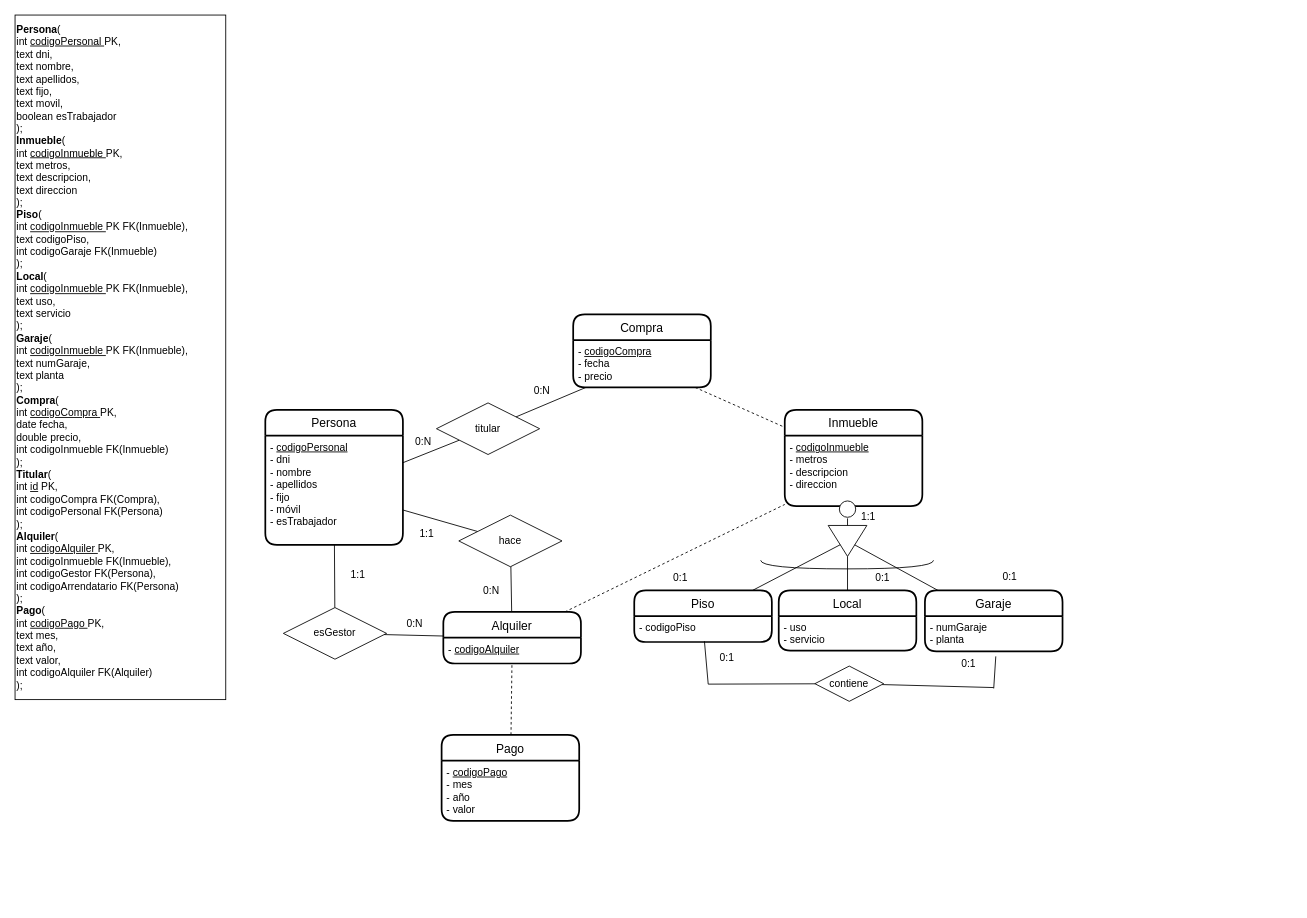
This is ex18.drawio from JuanMarinG/TA12_MYSQL, a draw.io file, before an edit. Source tidied: cells renumbered, new cells numbered last; positions are measured from the earlier drawing's top-left corner, leaving out a move shared by most shapes. Both pictures are drawn from the tidied source at 86%, with x=0, y=0 at pixel (15, 15).
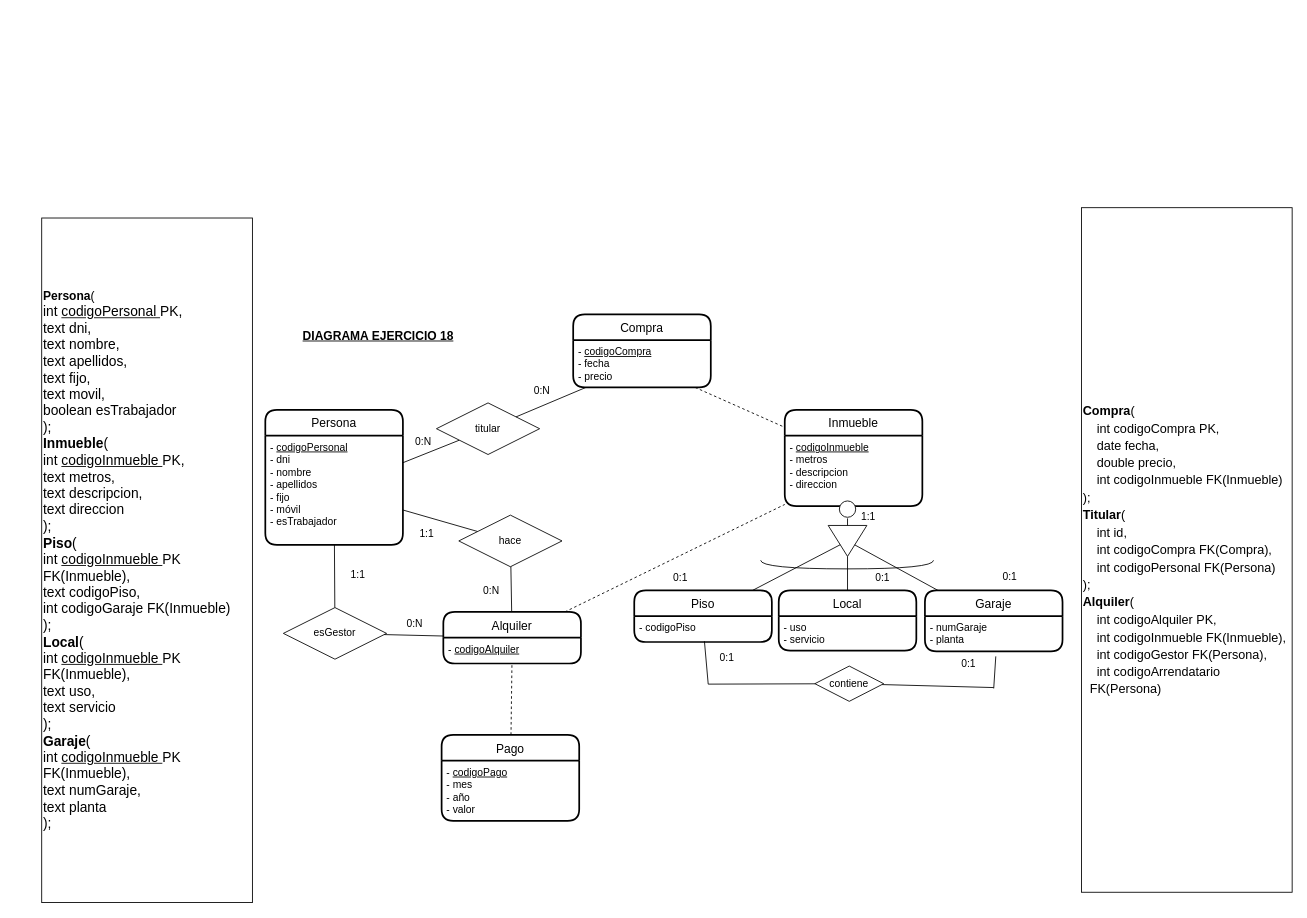
After the change.

What changed in the source:
```diff
@@
-    <mxCell id="57" value="&lt;div&gt;&lt;b&gt;Persona&lt;/b&gt;(&lt;/div&gt;&lt;div&gt;&lt;span style=&quot;&quot;&gt; &lt;/span&gt;int &lt;u&gt;codigoPersonal &lt;/u&gt;PK,&amp;nbsp;&lt;/div&gt;&lt;div&gt;&lt;span style=&quot;&quot;&gt; &lt;/span&gt;text dni,&lt;/div&gt;&lt;div&gt;&lt;span style=&quot;&quot;&gt; &lt;/span&gt;text nombre,&lt;/div&gt;&lt;div&gt;&lt;span style=&quot;&quot;&gt; &lt;/span&gt;text apellidos,&lt;/div&gt;&lt;div&gt;&lt;span style=&quot;&quot;&gt; &lt;/span&gt;text fijo,&lt;/div&gt;&lt;div&gt;&lt;span style=&quot;&quot;&gt; &lt;/span&gt;text movil,&lt;/div&gt;&lt;div&gt;&lt;span style=&quot;&quot;&gt; &lt;/span&gt;boolean esTrabajador&lt;/div&gt;&lt;div&gt;);&lt;/div&gt;&lt;div&gt;&lt;b&gt;Inmueble&lt;/b&gt;(&lt;/div&gt;&lt;div&gt;&lt;span style=&quot;&quot;&gt; &lt;/span&gt;int &lt;u&gt;codigoInmueble &lt;/u&gt;PK,&lt;/div&gt;&lt;div&gt;&lt;span style=&quot;&quot;&gt; &lt;/span&gt;text metros,&lt;/div&gt;&lt;div&gt;&lt;span style=&quot;&quot;&gt; &lt;/span&gt;text descripcion,&lt;/div&gt;&lt;div&gt;&lt;span style=&quot;&quot;&gt; &lt;/span&gt;text direccion&lt;/div&gt;&lt;div&gt;);&lt;/div&gt;&lt;div&gt;&lt;b&gt;Piso&lt;/b&gt;(&lt;/div&gt;&lt;div&gt;&lt;span style=&quot;&quot;&gt; &lt;/span&gt;int &lt;u&gt;codigoInmueble &lt;/u&gt;PK FK(Inmueble),&lt;/div&gt;&lt;div&gt;&lt;span style=&quot;&quot;&gt; &lt;/span&gt;text codigoPiso,&lt;/div&gt;&lt;div&gt;&lt;span style=&quot;&quot;&gt; &lt;/span&gt;int codigoGaraje FK(Inmueble)&lt;/div&gt;&lt;div&gt;);&lt;/div&gt;&lt;div&gt;&lt;b&gt;Local&lt;/b&gt;(&lt;/div&gt;&lt;div&gt;&lt;span style=&quot;&quot;&gt; &lt;/span&gt;int &lt;u&gt;codigoInmueble &lt;/u&gt;PK FK(Inmueble),&lt;/div&gt;&lt;div&gt;&lt;span style=&quot;&quot;&gt; &lt;/span&gt;text uso,&lt;/div&gt;&lt;div&gt;&lt;span style=&quot;&quot;&gt; &lt;/span&gt;text servicio&lt;/div&gt;&lt;div&gt;);&lt;/div&gt;&lt;div&gt;&lt;b&gt;Garaje&lt;/b&gt;(&lt;/div&gt;&lt;div&gt;&lt;span style=&quot;&quot;&gt; &lt;/span&gt;int &lt;u&gt;codigoInmueble &lt;/u&gt;PK FK(Inmueble),&lt;/div&gt;&lt;div&gt;&lt;span style=&quot;&quot;&gt; &lt;/span&gt;text numGaraje,&lt;/div&gt;&lt;div&gt;&lt;span style=&quot;&quot;&gt; &lt;/span&gt;text planta&lt;/div&gt;&lt;div&gt;);&lt;/div&gt;&lt;div&gt;&lt;b&gt;Compra&lt;/b&gt;(&lt;/div&gt;&lt;div&gt;&lt;span style=&quot;&quot;&gt; &lt;/span&gt;int &lt;u&gt;codigoCompra &lt;/u&gt;PK,&lt;/div&gt;&lt;div&gt;&lt;span style=&quot;&quot;&gt; &lt;/span&gt;date fecha,&lt;/div&gt;&lt;div&gt;&lt;span style=&quot;&quot;&gt; &lt;/span&gt;double precio,&lt;/div&gt;&lt;div&gt;&lt;span style=&quot;&quot;&gt; &lt;/span&gt;int codigoInmueble FK(Inmueble)&lt;/div&gt;&lt;div&gt;);&lt;/div&gt;&lt;div&gt;&lt;b&gt;Titular&lt;/b&gt;(&lt;/div&gt;&lt;div&gt;&lt;span style=&quot;&quot;&gt; &lt;/span&gt;int &lt;u&gt;id&lt;/u&gt;&amp;nbsp;PK,&lt;/div&gt;&lt;div&gt;&lt;span style=&quot;&quot;&gt; &lt;/span&gt;int codigoCompra FK(Compra),&lt;/div&gt;&lt;div&gt;&lt;span style=&quot;&quot;&gt; &lt;/span&gt;int codigoPersonal FK(Persona)&lt;/div&gt;&lt;div&gt;);&lt;/div&gt;&lt;div&gt;&lt;b&gt;Alquiler&lt;/b&gt;(&lt;/div&gt;&lt;div&gt;&lt;span style=&quot;&quot;&gt; &lt;/span&gt;int &lt;u&gt;codigoAlquiler &lt;/u&gt;PK,&lt;/div&gt;&lt;div&gt;&lt;span style=&quot;&quot;&gt; &lt;/span&gt;int codigoInmueble FK(Inmueble),&lt;/div&gt;&lt;div&gt;&lt;span style=&quot;&quot;&gt; &lt;/span&gt;int codigoGestor FK(Persona),&lt;/div&gt;&lt;div&gt;&lt;span style=&quot;&quot;&gt; &lt;/span&gt;int codigoArrendatario FK(Persona)&lt;/div&gt;&lt;div&gt;);&lt;/div&gt;&lt;div&gt;&lt;b&gt;Pago&lt;/b&gt;(&lt;/div&gt;&lt;div&gt;&lt;span style=&quot;&quot;&gt; &lt;/span&gt;int &lt;u&gt;codigoPago &lt;/u&gt;PK,&lt;/div&gt;&lt;div&gt;&lt;span style=&quot;&quot;&gt; &lt;/span&gt;text mes,&lt;/div&gt;&lt;div&gt;&lt;span style=&quot;&quot;&gt; &lt;/span&gt;text año,&lt;/div&gt;&lt;div&gt;&lt;span style=&quot;&quot;&gt; &lt;/span&gt;text valor,&lt;/div&gt;&lt;div&gt;&lt;span style=&quot;&quot;&gt; &lt;/span&gt;int codigoAlquiler FK(Alquiler)&lt;/div&gt;&lt;div&gt;);&lt;/div&gt;" style="text;html=1;align=left;verticalAlign=middle;whiteSpace=wrap;rounded=0;strokeColor=default;" parent="1" vertex="1">
-      <mxGeometry width="245" height="796" as="geometry" />
+    <mxCell id="57" value="&lt;div&gt;&lt;font style=&quot;font-size: 14px;&quot;&gt;&lt;b&gt;Persona&lt;/b&gt;(&lt;/font&gt;&lt;/div&gt;&lt;div&gt;&lt;font size=&quot;3&quot;&gt;&lt;span style=&quot;&quot;&gt; &lt;/span&gt;int &lt;u&gt;codigoPersonal &lt;/u&gt;PK,&amp;nbsp;&lt;/font&gt;&lt;/div&gt;&lt;div&gt;&lt;font size=&quot;3&quot;&gt;&lt;span style=&quot;&quot;&gt; &lt;/span&gt;text dni,&lt;/font&gt;&lt;/div&gt;&lt;div&gt;&lt;font size=&quot;3&quot;&gt;&lt;span style=&quot;&quot;&gt; &lt;/span&gt;text nombre,&lt;/font&gt;&lt;/div&gt;&lt;div&gt;&lt;font size=&quot;3&quot;&gt;&lt;span style=&quot;&quot;&gt; &lt;/span&gt;text apellidos,&lt;/font&gt;&lt;/div&gt;&lt;div&gt;&lt;font size=&quot;3&quot;&gt;&lt;span style=&quot;&quot;&gt; &lt;/span&gt;text fijo,&lt;/font&gt;&lt;/div&gt;&lt;div&gt;&lt;font size=&quot;3&quot;&gt;&lt;span style=&quot;&quot;&gt; &lt;/span&gt;text movil,&lt;/font&gt;&lt;/div&gt;&lt;div&gt;&lt;font size=&quot;3&quot;&gt;&lt;span style=&quot;&quot;&gt; &lt;/span&gt;boolean esTrabajador&lt;/font&gt;&lt;/div&gt;&lt;div&gt;&lt;font size=&quot;3&quot;&gt;);&lt;/font&gt;&lt;/div&gt;&lt;div&gt;&lt;font size=&quot;3&quot;&gt;&lt;b&gt;Inmueble&lt;/b&gt;(&lt;/font&gt;&lt;/div&gt;&lt;div&gt;&lt;font size=&quot;3&quot;&gt;&lt;span style=&quot;&quot;&gt; &lt;/span&gt;int &lt;u&gt;codigoInmueble &lt;/u&gt;PK,&lt;/font&gt;&lt;/div&gt;&lt;div&gt;&lt;font size=&quot;3&quot;&gt;&lt;span style=&quot;&quot;&gt; &lt;/span&gt;text metros,&lt;/font&gt;&lt;/div&gt;&lt;div&gt;&lt;font size=&quot;3&quot;&gt;&lt;span style=&quot;&quot;&gt; &lt;/span&gt;text descripcion,&lt;/font&gt;&lt;/div&gt;&lt;div&gt;&lt;font size=&quot;3&quot;&gt;&lt;span style=&quot;&quot;&gt; &lt;/span&gt;text direccion&lt;/font&gt;&lt;/div&gt;&lt;div&gt;&lt;font size=&quot;3&quot;&gt;);&lt;/font&gt;&lt;/div&gt;&lt;div&gt;&lt;font size=&quot;3&quot;&gt;&lt;b&gt;Piso&lt;/b&gt;(&lt;/font&gt;&lt;/div&gt;&lt;div&gt;&lt;font size=&quot;3&quot;&gt;&lt;span style=&quot;&quot;&gt; &lt;/span&gt;int &lt;u&gt;codigoInmueble &lt;/u&gt;PK FK(Inmueble),&lt;/font&gt;&lt;/div&gt;&lt;div&gt;&lt;font size=&quot;3&quot;&gt;&lt;span style=&quot;&quot;&gt; &lt;/span&gt;text codigoPiso,&lt;/font&gt;&lt;/div&gt;&lt;div&gt;&lt;font size=&quot;3&quot;&gt;&lt;span style=&quot;&quot;&gt; &lt;/span&gt;int codigoGaraje FK(Inmueble)&lt;/font&gt;&lt;/div&gt;&lt;div&gt;&lt;font size=&quot;3&quot;&gt;);&lt;/font&gt;&lt;/div&gt;&lt;div&gt;&lt;font size=&quot;3&quot;&gt;&lt;b&gt;Local&lt;/b&gt;(&lt;/font&gt;&lt;/div&gt;&lt;div&gt;&lt;font size=&quot;3&quot;&gt;&lt;span style=&quot;&quot;&gt; &lt;/span&gt;int &lt;u&gt;codigoInmueble &lt;/u&gt;PK FK(Inmueble),&lt;/font&gt;&lt;/div&gt;&lt;div&gt;&lt;font size=&quot;3&quot;&gt;&lt;span style=&quot;&quot;&gt; &lt;/span&gt;text uso,&lt;/font&gt;&lt;/div&gt;&lt;div&gt;&lt;font size=&quot;3&quot;&gt;&lt;span style=&quot;&quot;&gt; &lt;/span&gt;text servicio&lt;/font&gt;&lt;/div&gt;&lt;div&gt;&lt;font size=&quot;3&quot;&gt;);&lt;/font&gt;&lt;/div&gt;&lt;div&gt;&lt;font size=&quot;3&quot;&gt;&lt;b&gt;Garaje&lt;/b&gt;(&lt;/font&gt;&lt;/div&gt;&lt;div&gt;&lt;font size=&quot;3&quot;&gt;&lt;span style=&quot;&quot;&gt; &lt;/span&gt;int &lt;u&gt;codigoInmueble &lt;/u&gt;PK FK(Inmueble),&lt;/font&gt;&lt;/div&gt;&lt;div&gt;&lt;font size=&quot;3&quot;&gt;&lt;span style=&quot;&quot;&gt; &lt;/span&gt;text numGaraje,&lt;/font&gt;&lt;/div&gt;&lt;div&gt;&lt;font size=&quot;3&quot;&gt;&lt;span style=&quot;&quot;&gt; &lt;/span&gt;text planta&lt;/font&gt;&lt;/div&gt;&lt;div&gt;&lt;font size=&quot;3&quot;&gt;);&lt;/font&gt;&lt;/div&gt;" style="text;html=1;align=left;verticalAlign=middle;whiteSpace=wrap;rounded=0;strokeColor=default;" parent="1" vertex="1">
+      <mxGeometry x="31" y="236" width="245" height="796" as="geometry" />
     </mxCell>
+    <mxCell id="58" value="&lt;p id=&quot;docs-internal-guid-1f3a399e-7fff-4050-cefd-007addf06adc&quot; style=&quot;line-height:1.38;margin-top:0pt;margin-bottom:0pt;&quot; dir=&quot;ltr&quot;&gt;&lt;span style=&quot;font-size: 11pt; font-family: Arial; color: rgb(0, 0, 0); background-color: transparent; font-weight: 400; font-style: normal; font-variant: normal; text-decoration: none; vertical-align: baseline;&quot;&gt;&lt;b&gt;Compra&lt;/b&gt;(&lt;/span&gt;&lt;/p&gt;&lt;p style=&quot;line-height:1.38;margin-top:0pt;margin-bottom:0pt;&quot; dir=&quot;ltr&quot;&gt;&lt;span style=&quot;font-size: 11pt; font-family: Arial; color: rgb(0, 0, 0); background-color: transparent; font-weight: 400; font-style: normal; font-variant: normal; text-decoration: none; vertical-align: baseline;&quot;&gt;&amp;nbsp;&amp;nbsp;&amp;nbsp; &lt;/span&gt;&lt;span style=&quot;font-size: 11pt; font-family: Arial; color: rgb(0, 0, 0); background-color: transparent; font-weight: 400; font-style: normal; font-variant: normal; text-decoration: none; vertical-align: baseline;&quot;&gt;int codigoCompra PK,&lt;/span&gt;&lt;/p&gt;&lt;p style=&quot;line-height:1.38;margin-top:0pt;margin-bottom:0pt;&quot; dir=&quot;ltr&quot;&gt;&lt;span style=&quot;font-size: 11pt; font-family: Arial; color: rgb(0, 0, 0); background-color: transparent; font-weight: 400; font-style: normal; font-variant: normal; text-decoration: none; vertical-align: baseline;&quot;&gt;&amp;nbsp;&amp;nbsp;&amp;nbsp; &lt;/span&gt;&lt;span style=&quot;font-size: 11pt; font-family: Arial; color: rgb(0, 0, 0); background-color: transparent; font-weight: 400; font-style: normal; font-variant: normal; text-decoration: none; vertical-align: baseline;&quot;&gt;date fecha,&lt;/span&gt;&lt;/p&gt;&lt;p style=&quot;line-height:1.38;margin-top:0pt;margin-bottom:0pt;&quot; dir=&quot;ltr&quot;&gt;&lt;span style=&quot;font-size: 11pt; font-family: Arial; color: rgb(0, 0, 0); background-color: transparent; font-weight: 400; font-style: normal; font-variant: normal; text-decoration: none; vertical-align: baseline;&quot;&gt;&amp;nbsp;&amp;nbsp;&amp;nbsp; &lt;/span&gt;&lt;span style=&quot;font-size: 11pt; font-family: Arial; color: rgb(0, 0, 0); background-color: transparent; font-weight: 400; font-style: normal; font-variant: normal; text-decoration: none; vertical-align: baseline;&quot;&gt;double precio,&lt;/span&gt;&lt;/p&gt;&lt;p style=&quot;line-height:1.38;margin-top:0pt;margin-bottom:0pt;&quot; dir=&quot;ltr&quot;&gt;&lt;span style=&quot;font-size: 11pt; font-family: Arial; color: rgb(0, 0, 0); background-color: transparent; font-weight: 400; font-style: normal; font-variant: normal; text-decoration: none; vertical-align: baseline;&quot;&gt;&amp;nbsp;&amp;nbsp;&amp;nbsp; &lt;/span&gt;&lt;span style=&quot;font-size: 11pt; font-family: Arial; color: rgb(0, 0, 0); background-color: transparent; font-weight: 400; font-style: normal; font-variant: normal; text-decoration: none; vertical-align: baseline;&quot;&gt;int codigoInmueble FK(Inmueble)&lt;/span&gt;&lt;/p&gt;&lt;p style=&quot;line-height:1.38;margin-top:0pt;margin-bottom:0pt;&quot; dir=&quot;ltr&quot;&gt;&lt;span style=&quot;font-size: 11pt; font-family: Arial; color: rgb(0, 0, 0); background-color: transparent; font-weight: 400; font-style: normal; font-variant: normal; text-decoration: none; vertical-align: baseline;&quot;&gt;);&lt;/span&gt;&lt;/p&gt;&lt;p style=&quot;line-height:1.38;margin-top:0pt;margin-bottom:0pt;&quot; dir=&quot;ltr&quot;&gt;&lt;span style=&quot;font-size: 11pt; font-family: Arial; color: rgb(0, 0, 0); background-color: transparent; font-weight: 400; font-style: normal; font-variant: normal; text-decoration: none; vertical-align: baseline;&quot;&gt;&lt;b&gt;Titular&lt;/b&gt;(&lt;/span&gt;&lt;/p&gt;&lt;p style=&quot;line-height:1.38;margin-top:0pt;margin-bottom:0pt;&quot; dir=&quot;ltr&quot;&gt;&lt;span style=&quot;font-size: 11pt; font-family: Arial; color: rgb(0, 0, 0); background-color: transparent; font-weight: 400; font-style: normal; font-variant: normal; text-decoration: none; vertical-align: baseline;&quot;&gt;&amp;nbsp;&amp;nbsp;&amp;nbsp; &lt;/span&gt;&lt;span style=&quot;font-size: 11pt; font-family: Arial; color: rgb(0, 0, 0); background-color: transparent; font-weight: 400; font-style: normal; font-variant: normal; text-decoration: none; vertical-align: baseline;&quot;&gt;int id,&lt;/span&gt;&lt;/p&gt;&lt;p style=&quot;line-height:1.38;margin-top:0pt;margin-bottom:0pt;&quot; dir=&quot;ltr&quot;&gt;&lt;span style=&quot;font-size: 11pt; font-family: Arial; color: rgb(0, 0, 0); background-color: transparent; font-weight: 400; font-style: normal; font-variant: normal; text-decoration: none; vertical-align: baseline;&quot;&gt;&amp;nbsp;&amp;nbsp;&amp;nbsp; &lt;/span&gt;&lt;span style=&quot;font-size: 11pt; font-family: Arial; color: rgb(0, 0, 0); background-color: transparent; font-weight: 400; font-style: normal; font-variant: normal; text-decoration: none; vertical-align: baseline;&quot;&gt;int codigoCompra FK(Compra),&lt;/span&gt;&lt;/p&gt;&lt;p style=&quot;line-height:1.38;margin-top:0pt;margin-bottom:0pt;&quot; dir=&quot;ltr&quot;&gt;&lt;span style=&quot;font-size: 11pt; font-family: Arial; color: rgb(0, 0, 0); background-color: transparent; font-weight: 400; font-style: normal; font-variant: normal; text-decoration: none; vertical-align: baseline;&quot;&gt;&amp;nbsp;&amp;nbsp;&amp;nbsp; &lt;/span&gt;&lt;span style=&quot;font-size: 11pt; font-family: Arial; color: rgb(0, 0, 0); background-color: transparent; font-weight: 400; font-style: normal; font-variant: normal; text-decoration: none; vertical-align: baseline;&quot;&gt;int codigoPersonal FK(Persona)&lt;/span&gt;&lt;/p&gt;&lt;p style=&quot;line-height:1.38;margin-top:0pt;margin-bottom:0pt;&quot; dir=&quot;ltr&quot;&gt;&lt;span style=&quot;font-size: 11pt; font-family: Arial; color: rgb(0, 0, 0); background-color: transparent; font-weight: 400; font-style: normal; font-variant: normal; text-decoration: none; vertical-align: baseline;&quot;&gt;);&lt;/span&gt;&lt;/p&gt;&lt;p style=&quot;line-height:1.38;margin-top:0pt;margin-bottom:0pt;&quot; dir=&quot;ltr&quot;&gt;&lt;span style=&quot;font-size: 11pt; font-family: Arial; color: rgb(0, 0, 0); background-color: transparent; font-weight: 400; font-style: normal; font-variant: normal; text-decoration: none; vertical-align: baseline;&quot;&gt;&lt;b&gt;Alquiler&lt;/b&gt;(&lt;/span&gt;&lt;/p&gt;&lt;p style=&quot;line-height:1.38;margin-top:0pt;margin-bottom:0pt;&quot; dir=&quot;ltr&quot;&gt;&lt;span style=&quot;font-size: 11pt; font-family: Arial; color: rgb(0, 0, 0); background-color: transparent; font-weight: 400; font-style: normal; font-variant: normal; text-decoration: none; vertical-align: baseline;&quot;&gt;&amp;nbsp;&amp;nbsp;&amp;nbsp; &lt;/span&gt;&lt;span style=&quot;font-size: 11pt; font-family: Arial; color: rgb(0, 0, 0); background-color: transparent; font-weight: 400; font-style: normal; font-variant: normal; text-decoration: none; vertical-align: baseline;&quot;&gt;int codigoAlquiler PK,&lt;/span&gt;&lt;/p&gt;&lt;p style=&quot;line-height:1.38;margin-top:0pt;margin-bottom:0pt;&quot; dir=&quot;ltr&quot;&gt;&lt;span style=&quot;font-size: 11pt; font-family: Arial; color: rgb(0, 0, 0); background-color: transparent; font-weight: 400; font-style: normal; font-variant: normal; text-decoration: none; vertical-align: baseline;&quot;&gt;&amp;nbsp;&amp;nbsp;&amp;nbsp; &lt;/span&gt;&lt;span style=&quot;font-size: 11pt; font-family: Arial; color: rgb(0, 0, 0); background-color: transparent; font-weight: 400; font-style: normal; font-variant: normal; text-decoration: none; vertical-align: baseline;&quot;&gt;int codigoInmueble FK(Inmueble),&lt;/span&gt;&lt;/p&gt;&lt;p style=&quot;line-height:1.38;margin-top:0pt;margin-bottom:0pt;&quot; dir=&quot;ltr&quot;&gt;&lt;span style=&quot;font-size: 11pt; font-family: Arial; color: rgb(0, 0, 0); background-color: transparent; font-weight: 400; font-style: normal; font-variant: normal; text-decoration: none; vertical-align: baseline;&quot;&gt;&amp;nbsp;&amp;nbsp;&amp;nbsp; &lt;/span&gt;&lt;span style=&quot;font-size: 11pt; font-family: Arial; color: rgb(0, 0, 0); background-color: transparent; font-weight: 400; font-style: normal; font-variant: normal; text-decoration: none; vertical-align: baseline;&quot;&gt;int codigoGestor FK(Persona),&lt;/span&gt;&lt;/p&gt;&lt;p style=&quot;line-height:1.38;margin-top:0pt;margin-bottom:0pt;&quot; dir=&quot;ltr&quot;&gt;&lt;span style=&quot;font-size: 11pt; font-family: Arial; color: rgb(0, 0, 0); background-color: transparent; font-weight: 400; font-style: normal; font-variant: normal; text-decoration: none; vertical-align: baseline;&quot;&gt;&amp;nbsp;&amp;nbsp;&amp;nbsp; &lt;/span&gt;&lt;span style=&quot;font-size: 11pt; font-family: Arial; color: rgb(0, 0, 0); background-color: transparent; font-weight: 400; font-style: normal; font-variant: normal; text-decoration: none; vertical-align: baseline;&quot;&gt;int codigoArrendatario &lt;span style=&quot;white-space: pre;&quot;&gt; &lt;/span&gt;&lt;span style=&quot;white-space: pre;&quot;&gt; &lt;/span&gt;FK(Persona)&lt;/span&gt;&lt;/p&gt;" style="text;html=1;align=left;verticalAlign=middle;whiteSpace=wrap;rounded=0;strokeColor=default;" parent="1" vertex="1">
+      <mxGeometry x="1240" y="224" width="245" height="796" as="geometry" />
+    </mxCell>
+    <mxCell id="59" value="&lt;u&gt;&lt;b&gt;DIAGRAMA EJERCICIO 18&lt;/b&gt;&lt;/u&gt;" style="text;html=1;align=center;verticalAlign=middle;strokeColor=none;fillColor=none;fontSize=14;" parent="1" vertex="1">
+      <mxGeometry x="325" y="358" width="194" height="29" as="geometry" />
+    </mxCell>
```
